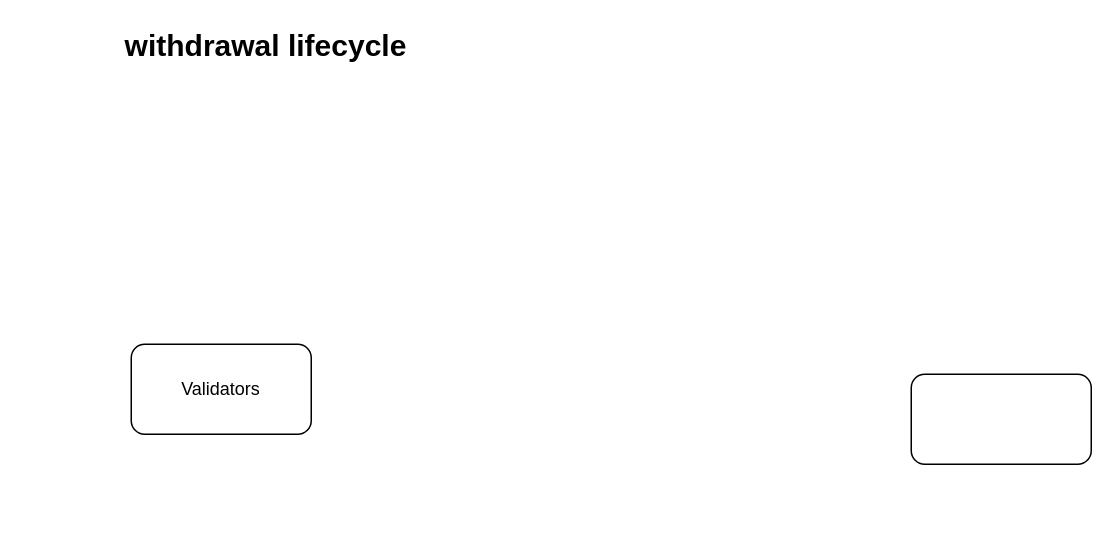
Above: beacon-chain-withdrawals/withdrawal-lifecycle.drawio in 0xyicheng/a-research-diagram (draw.io), before the change. Source tidied: cells renumbered, new cells numbered last; positions are measured from the earlier drawing's top-left corner, leaving out a move shared by most shapes. Both pictures are drawn from the tidied source at 150%, with x=0, y=0 at pixel (26, 28).
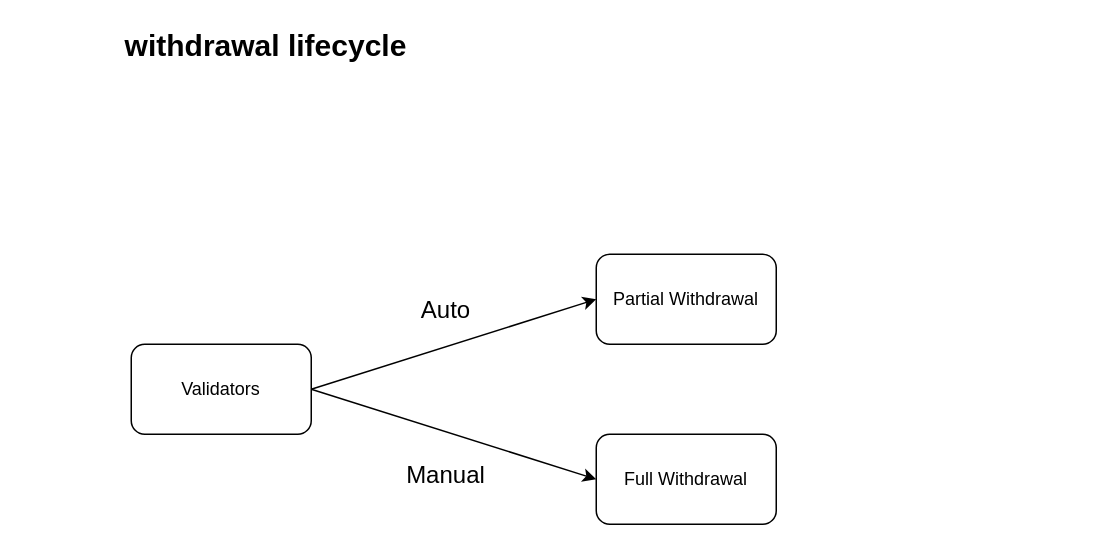
Above is the later version.

What changed in the source:
```diff
@@
 <mxGraphModel>
   <root>
     <mxCell id="0" />
     <mxCell id="1" parent="0" />
     <mxCell id="2" value="Validators" style="rounded=1;whiteSpace=wrap;html=1;" parent="1" vertex="1">
       <mxGeometry x="70" y="210" width="120" height="60" as="geometry" />
     </mxCell>
-    <mxCell id="3" style="rounded=1;whiteSpace=wrap;html=1;" parent="1" vertex="1">
-      <mxGeometry x="590" y="230" width="120" height="60" as="geometry" />
+    <mxCell id="3" value="Partial Withdrawal" style="rounded=1;whiteSpace=wrap;html=1;" parent="1" vertex="1">
+      <mxGeometry x="380" y="150" width="120" height="60" as="geometry" />
     </mxCell>
     <mxCell id="4" value="&lt;font style=&quot;font-size: 20px;&quot;&gt;&lt;b&gt;withdrawal lifecycle&lt;/b&gt;&lt;/font&gt;" style="text;html=1;strokeColor=none;fillColor=none;align=center;verticalAlign=middle;whiteSpace=wrap;rounded=0;" parent="1" vertex="1">
       <mxGeometry width="320" height="20" as="geometry" />
     </mxCell>
+    <mxCell id="5" value="Full Withdrawal" style="rounded=1;whiteSpace=wrap;html=1;" parent="1" vertex="1">
+      <mxGeometry x="380" y="270" width="120" height="60" as="geometry" />
+    </mxCell>
+    <mxCell id="6" style="endArrow=classic;html=1;rounded=0;fontSize=20;exitX=1;exitY=0.5;exitDx=0;exitDy=0;entryX=0;entryY=0.5;entryDx=0;entryDy=0;" parent="1" edge="1" source="2" target="3">
+      <mxGeometry relative="1" as="geometry" />
+    </mxCell>
+    <mxCell id="7" style="endArrow=classic;html=1;rounded=0;fontSize=20;exitX=1;exitY=0.5;exitDx=0;exitDy=0;entryX=0;entryY=0.5;entryDx=0;entryDy=0;" parent="1" edge="1" source="2" target="5">
+      <mxGeometry relative="1" as="geometry" />
+    </mxCell>
+    <mxCell id="8" value="&lt;font style=&quot;font-size: 16px;&quot;&gt;Auto&lt;/font&gt;" style="text;html=1;strokeColor=none;fillColor=none;align=center;verticalAlign=middle;whiteSpace=wrap;rounded=0;fontSize=20;" parent="1" vertex="1">
+      <mxGeometry x="250" y="170" width="60" height="30" as="geometry" />
+    </mxCell>
+    <mxCell id="9" value="&lt;span style=&quot;font-size: 16px;&quot;&gt;Manual&lt;/span&gt;" style="text;html=1;strokeColor=none;fillColor=none;align=center;verticalAlign=middle;whiteSpace=wrap;rounded=0;fontSize=20;" parent="1" vertex="1">
+      <mxGeometry x="250" y="280" width="60" height="30" as="geometry" />
+    </mxCell>
   </root>
 </mxGraphModel>
```
